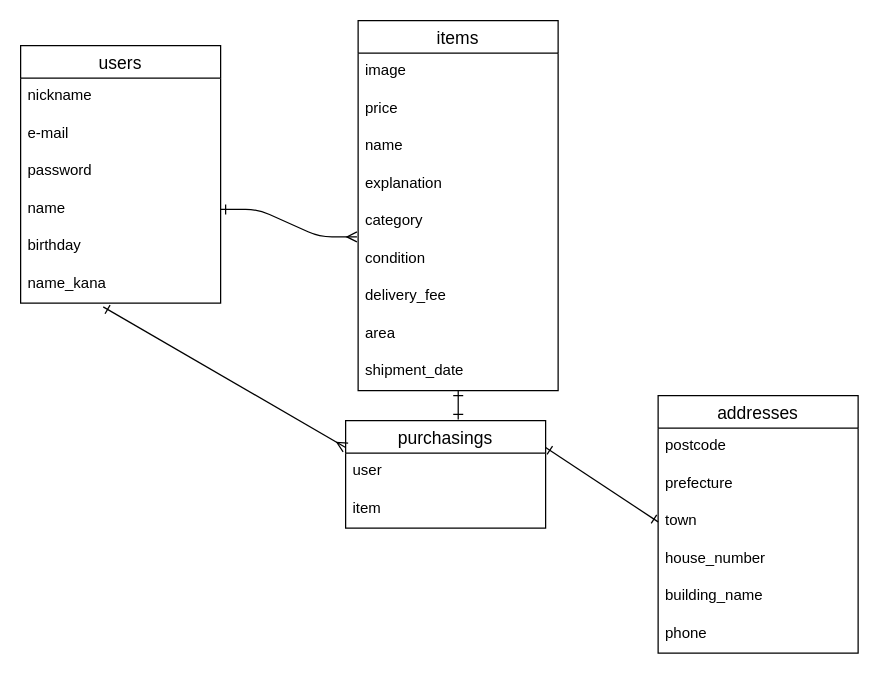
AKN-YASUDA/furima-30947 keeps this draw.io diagram as furima.dio. Above is the earlier version. Source tidied: cells renumbered, new cells numbered last; positions are measured from the earlier drawing's top-left corner, leaving out a move shared by most shapes. Both pictures are drawn from the tidied source at 125%, with x=0, y=0 at pixel (20, 20).
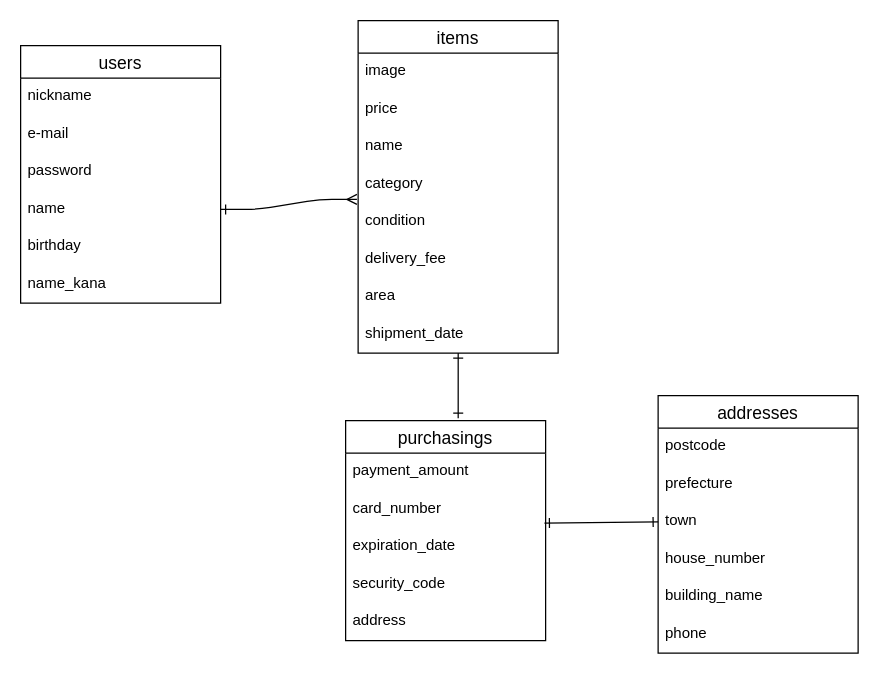
The same page after the edit.

Unchanged cells that the change refers to:
```xml
<mxCell id="8" value="name_kana" style="text;strokeColor=none;fillColor=none;spacingLeft=4;spacingRight=4;overflow=hidden;points=[[0,0.5],[1,0.5]];portConstraint=eastwest;fontSize=12;" parent="2" vertex="1">
  <mxGeometry y="176" width="160" height="30" as="geometry" />
</mxCell>
<mxCell id="25" value="town" style="text;strokeColor=none;fillColor=none;spacingLeft=4;spacingRight=4;overflow=hidden;points=[[0,0.5],[1,0.5]];portConstraint=eastwest;fontSize=12;" parent="22" vertex="1">
  <mxGeometry y="86" width="160" height="30" as="geometry" />
</mxCell>
```

Diff of the diagram source:
```diff
@@
     <mxCell id="9" value="items" style="swimlane;fontStyle=0;horizontal=1;startSize=26;align=center;fontSize=14;" parent="1" vertex="1">
-      <mxGeometry x="270" width="160" height="296" as="geometry" />
+      <mxGeometry x="270" width="160" height="266" as="geometry" />
     </mxCell>
@@
-    <mxCell id="13" value="explanation" style="text;strokeColor=none;fillColor=none;spacingLeft=4;spacingRight=4;overflow=hidden;fontSize=12;" parent="9" vertex="1">
-      <mxGeometry y="116" width="160" height="30" as="geometry" />
-    </mxCell>
     <mxCell id="14" value="category" style="text;strokeColor=none;fillColor=none;spacingLeft=4;spacingRight=4;overflow=hidden;fontSize=12;" parent="9" vertex="1">
-      <mxGeometry y="146" width="160" height="30" as="geometry" />
+      <mxGeometry y="116" width="160" height="30" as="geometry" />
     </mxCell>
     <mxCell id="15" value="condition" style="text;strokeColor=none;fillColor=none;spacingLeft=4;spacingRight=4;overflow=hidden;points=[[0,0.5],[1,0.5]];portConstraint=eastwest;fontSize=12;" parent="9" vertex="1">
-      <mxGeometry y="176" width="160" height="30" as="geometry" />
+      <mxGeometry y="146" width="160" height="30" as="geometry" />
     </mxCell>
     <mxCell id="16" value="delivery_fee" style="text;strokeColor=none;fillColor=none;spacingLeft=4;spacingRight=4;overflow=hidden;fontSize=12;" parent="9" vertex="1">
-      <mxGeometry y="206" width="160" height="30" as="geometry" />
+      <mxGeometry y="176" width="160" height="30" as="geometry" />
     </mxCell>
     <mxCell id="17" value="area" style="text;strokeColor=none;fillColor=none;spacingLeft=4;spacingRight=4;overflow=hidden;fontSize=12;" parent="9" vertex="1">
-      <mxGeometry y="236" width="160" height="30" as="geometry" />
+      <mxGeometry y="206" width="160" height="30" as="geometry" />
     </mxCell>
     <mxCell id="18" value="shipment_date" style="text;strokeColor=none;fillColor=none;spacingLeft=4;spacingRight=4;overflow=hidden;fontSize=12;" parent="9" vertex="1">
-      <mxGeometry y="266" width="160" height="30" as="geometry" />
+      <mxGeometry y="236" width="160" height="30" as="geometry" />
     </mxCell>
     <mxCell id="19" value="purchasings" style="swimlane;fontStyle=0;horizontal=1;startSize=26;align=center;fontSize=14;" parent="1" vertex="1">
-      <mxGeometry x="260" y="320" width="160" height="86" as="geometry" />
+      <mxGeometry x="260" y="320" width="160" height="176" as="geometry" />
     </mxCell>
-    <mxCell id="20" value="user" style="text;strokeColor=none;fillColor=none;spacingLeft=4;spacingRight=4;overflow=hidden;fontSize=12;" parent="19" vertex="1">
-      <mxGeometry y="26" width="160" height="30" as="geometry" />
-    </mxCell>
-    <mxCell id="21" value="item" style="text;strokeColor=none;fillColor=none;spacingLeft=4;spacingRight=4;overflow=hidden;fontSize=12;" parent="19" vertex="1">
-      <mxGeometry y="56" width="160" height="30" as="geometry" />
-    </mxCell>
+    <mxCell id="33" value="payment_amount" style="text;strokeColor=none;fillColor=none;spacingLeft=4;spacingRight=4;overflow=hidden;fontSize=12;" parent="19" vertex="1">
+      <mxGeometry y="26" width="160" height="30" as="geometry" />
+    </mxCell>
+    <mxCell id="34" value="card_number" style="text;strokeColor=none;fillColor=none;spacingLeft=4;spacingRight=4;overflow=hidden;points=[[0,0.5],[1,0.5]];portConstraint=eastwest;fontSize=12;" parent="19" vertex="1">
+      <mxGeometry y="56" width="160" height="30" as="geometry" />
+    </mxCell>
+    <mxCell id="35" value="expiration_date" style="text;strokeColor=none;fillColor=none;spacingLeft=4;spacingRight=4;overflow=hidden;fontSize=12;" parent="19" vertex="1">
+      <mxGeometry y="86" width="160" height="30" as="geometry" />
+    </mxCell>
+    <mxCell id="36" value="security_code" style="text;strokeColor=none;fillColor=none;spacingLeft=4;spacingRight=4;overflow=hidden;fontSize=12;" parent="19" vertex="1">
+      <mxGeometry y="116" width="160" height="30" as="geometry" />
+    </mxCell>
+    <mxCell id="37" value="address" style="text;strokeColor=none;fillColor=none;spacingLeft=4;spacingRight=4;overflow=hidden;fontSize=12;" parent="19" vertex="1">
+      <mxGeometry y="146" width="160" height="30" as="geometry" />
+    </mxCell>
@@
-    <mxCell id="31" style="endArrow=ERone;html=1;rounded=0;exitX=1;exitY=0.25;exitDx=0;exitDy=0;startArrow=ERone;startFill=0;endFill=0;entryX=0;entryY=0.5;entryDx=0;entryDy=0;" parent="1" edge="1" source="19" target="25">
+    <mxCell id="31" style="endArrow=ERone;html=1;rounded=0;exitX=0.994;exitY=0.867;exitDx=0;exitDy=0;startArrow=ERone;startFill=0;endFill=0;entryX=0;entryY=0.5;entryDx=0;entryDy=0;exitPerimeter=0;" parent="1" edge="1" source="34" target="25">
       <mxGeometry relative="1" as="geometry" />
     </mxCell>
-    <mxCell id="32" style="endArrow=ERone;html=1;rounded=0;entryX=0.413;entryY=1.1;entryDx=0;entryDy=0;entryPerimeter=0;startArrow=ERmany;startFill=0;endFill=0;exitX=0;exitY=0.25;exitDx=0;exitDy=0;" parent="1" edge="1" source="19" target="8">
-      <mxGeometry relative="1" as="geometry" />
-    </mxCell>
```
